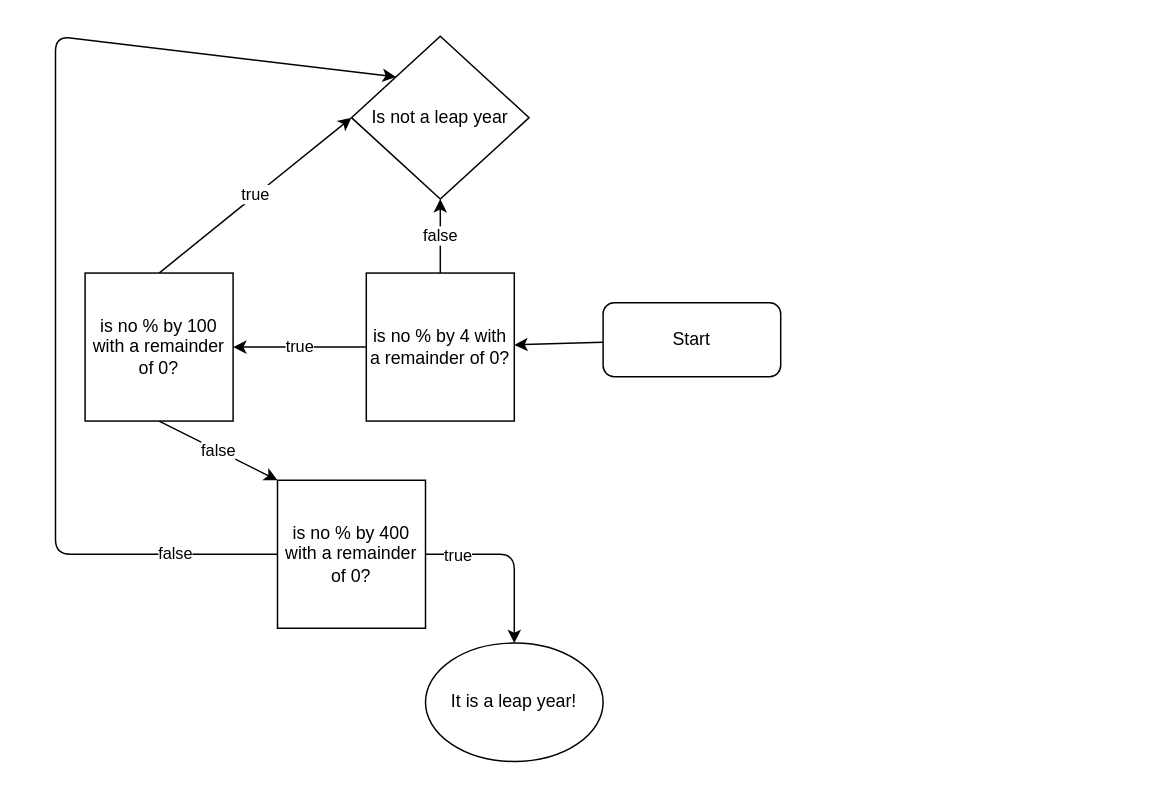
TechyTish/100daysofcode keeps this draw.io diagram as day3/ex5-leap_year_flowchart.drawio. Above is the earlier version. Source tidied: cells renumbered, new cells numbered last; positions are measured from the earlier drawing's top-left corner, leaving out a move shared by most shapes. Both pictures are drawn from the tidied source at 148%, with x=0, y=0 at pixel (55, 36).
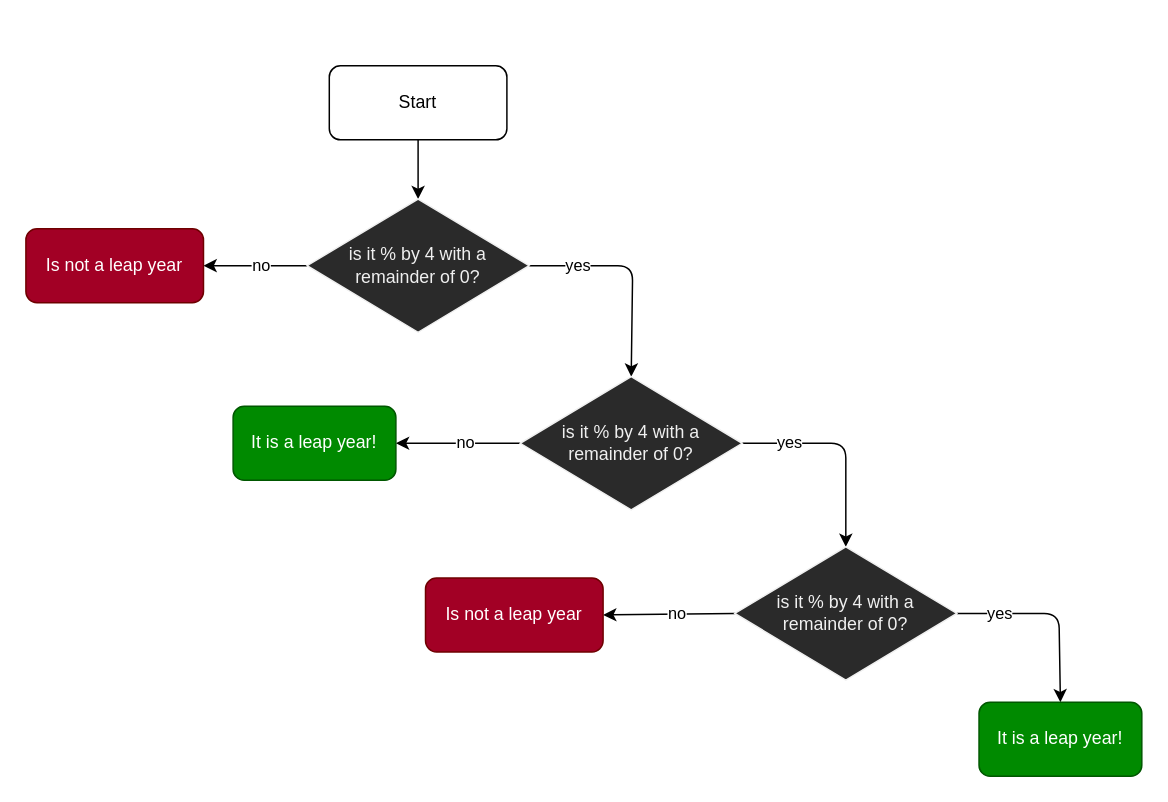
The same page after the edit.

Commit message:
update diagram so it looks readable

What changed in the source:
```diff
@@
-    <mxCell id="2" style="edgeStyle=none;html=1;" parent="1" edge="1" source="3" target="6">
+    <mxCell id="2" style="edgeStyle=none;html=1;entryX=0.5;entryY=0;entryDx=0;entryDy=0;" parent="1" edge="1" source="3" target="6">
       <mxGeometry relative="1" as="geometry" />
     </mxCell>
     <mxCell id="3" value="Start" style="rounded=1;whiteSpace=wrap;html=1;" parent="1" vertex="1">
-      <mxGeometry x="370" y="180" width="120" height="50" as="geometry" />
+      <mxGeometry x="185" y="20" width="120" height="50" as="geometry" />
     </mxCell>
-    <mxCell id="4" value="true" style="edgeStyle=none;html=1;exitX=0;exitY=0.5;exitDx=0;exitDy=0;" parent="1" edge="1" source="6" target="10">
-      <mxGeometry relative="1" as="geometry" />
+    <mxCell id="4" value="yes" style="edgeStyle=none;html=1;exitX=1;exitY=0.5;exitDx=0;exitDy=0;entryX=0.5;entryY=0;entryDx=0;entryDy=0;" parent="1" edge="1" source="6" target="18">
+      <mxGeometry x="-0.56" relative="1" as="geometry">
+        <Array as="points">
+          <mxPoint x="360" y="155" />
+          <mxPoint x="390" y="155" />
+        </Array>
+        <mxPoint x="1" as="offset" />
+      </mxGeometry>
     </mxCell>
-    <mxCell id="5" value="false" style="edgeStyle=none;html=1;exitX=0.5;exitY=0;exitDx=0;exitDy=0;entryX=0.5;entryY=1;entryDx=0;entryDy=0;" parent="1" edge="1" source="6" target="7">
-      <mxGeometry relative="1" as="geometry" />
+    <mxCell id="5" value="no" style="edgeStyle=none;html=1;exitX=0;exitY=0.5;exitDx=0;exitDy=0;entryX=1;entryY=0.5;entryDx=0;entryDy=0;" parent="1" edge="1" source="6" target="7">
+      <mxGeometry x="-0.14" relative="1" as="geometry">
+        <mxPoint x="-1" as="offset" />
+      </mxGeometry>
     </mxCell>
-    <mxCell id="6" value="is no % by 4 with a remainder of 0?" style="whiteSpace=wrap;html=1;" parent="1" vertex="1">
-      <mxGeometry x="210" y="160" width="100" height="100" as="geometry" />
+    <mxCell id="6" value="is it % by 4 with a remainder of 0?" style="rhombus;whiteSpace=wrap;html=1;fontFamily=Helvetica;fontSize=12;fontColor=rgb(240, 240, 240);align=center;strokeColor=rgb(240, 240, 240);fillColor=rgb(42, 42, 42);" parent="1" vertex="1">
+      <mxGeometry x="170" y="110" width="150" height="90" as="geometry" />
     </mxCell>
-    <mxCell id="7" value="Is not a leap year" style="rhombus;whiteSpace=wrap;html=1;" parent="1" vertex="1">
-      <mxGeometry x="200" width="120" height="110" as="geometry" />
+    <mxCell id="7" value="Is not a leap year" style="rounded=1;whiteSpace=wrap;html=1;fontFamily=Helvetica;fontSize=12;fontColor=#ffffff;align=center;strokeColor=#6F0000;fillColor=#a20025;" parent="1" vertex="1">
+      <mxGeometry x="-20" y="130" width="120" height="50" as="geometry" />
     </mxCell>
-    <mxCell id="8" value="false" style="edgeStyle=none;html=1;exitX=0.5;exitY=1;exitDx=0;exitDy=0;entryX=0;entryY=0;entryDx=0;entryDy=0;" parent="1" edge="1" source="10" target="14">
-      <mxGeometry relative="1" as="geometry" />
-    </mxCell>
-    <mxCell id="9" value="true" style="edgeStyle=none;html=1;exitX=0.5;exitY=0;exitDx=0;exitDy=0;entryX=0;entryY=0.5;entryDx=0;entryDy=0;" parent="1" edge="1" source="10" target="7">
-      <mxGeometry relative="1" as="geometry" />
-    </mxCell>
-    <mxCell id="10" value="is no % by 100 with a remainder of 0?" style="whiteSpace=wrap;html=1;" parent="1" vertex="1">
-      <mxGeometry x="20" y="160" width="100" height="100" as="geometry" />
-    </mxCell>
-    <mxCell id="11" style="edgeStyle=none;html=1;exitX=1;exitY=0.5;exitDx=0;exitDy=0;entryX=0.5;entryY=0;entryDx=0;entryDy=0;" parent="1" edge="1" source="14" target="15">
-      <mxGeometry relative="1" as="geometry">
-        <Array as="points">
-          <mxPoint x="310" y="350" />
-        </Array>
-      </mxGeometry>
-    </mxCell>
-    <mxCell id="12" value="true" style="edgeLabel;html=1;align=center;verticalAlign=middle;" parent="11" vertex="1">
-      <mxGeometry x="-0.17" y="-1" relative="1" as="geometry">
-        <mxPoint x="-29" y="-1" as="offset" />
-      </mxGeometry>
-    </mxCell>
-    <mxCell id="13" value="false" style="edgeStyle=none;html=1;exitX=0;exitY=0.5;exitDx=0;exitDy=0;entryX=0;entryY=0;entryDx=0;entryDy=0;" parent="1" edge="1" source="14" target="7">
-      <mxGeometry x="-0.81" relative="1" as="geometry">
-        <Array as="points">
-          <mxPoint y="350" />
-          <mxPoint />
-        </Array>
-        <mxPoint x="1" as="offset" />
-      </mxGeometry>
-    </mxCell>
-    <mxCell id="14" value="is no % by 400 with a remainder of 0?" style="whiteSpace=wrap;html=1;" parent="1" vertex="1">
-      <mxGeometry x="150" y="300" width="100" height="100" as="geometry" />
-    </mxCell>
-    <mxCell id="15" value="It is a leap year!" style="ellipse;whiteSpace=wrap;html=1;" parent="1" vertex="1">
-      <mxGeometry x="250" y="410" width="120" height="80" as="geometry" />
-    </mxCell>
+    <mxCell id="16" value="yes" style="edgeStyle=none;html=1;exitX=1;exitY=0.5;exitDx=0;exitDy=0;entryX=0.5;entryY=0;entryDx=0;entryDy=0;" parent="1" edge="1" source="18" target="22">
+      <mxGeometry x="-0.56" relative="1" as="geometry">
+        <Array as="points">
+          <mxPoint x="504" y="275" />
+          <mxPoint x="534" y="275" />
+        </Array>
+        <mxPoint x="1" as="offset" />
+      </mxGeometry>
+    </mxCell>
+    <mxCell id="17" value="no" style="edgeStyle=none;html=1;exitX=0;exitY=0.5;exitDx=0;exitDy=0;entryX=1;entryY=0.5;entryDx=0;entryDy=0;" parent="1" edge="1" source="18" target="19">
+      <mxGeometry x="-0.14" relative="1" as="geometry">
+        <mxPoint x="-1" as="offset" />
+      </mxGeometry>
+    </mxCell>
+    <mxCell id="18" value="is it % by 4 with a remainder of 0?" style="rhombus;whiteSpace=wrap;html=1;fontFamily=Helvetica;fontSize=12;fontColor=rgb(240, 240, 240);align=center;strokeColor=rgb(240, 240, 240);fillColor=rgb(42, 42, 42);" parent="1" vertex="1">
+      <mxGeometry x="314" y="230" width="150" height="90" as="geometry" />
+    </mxCell>
+    <mxCell id="19" value="It is a leap year!" style="rounded=1;whiteSpace=wrap;html=1;fontFamily=Helvetica;fontSize=12;fontColor=#ffffff;align=center;strokeColor=#005700;fillColor=#008a00;" parent="1" vertex="1">
+      <mxGeometry x="120" y="250" width="110" height="50" as="geometry" />
+    </mxCell>
+    <mxCell id="20" value="yes" style="edgeStyle=none;html=1;exitX=1;exitY=0.5;exitDx=0;exitDy=0;entryX=0.5;entryY=0;entryDx=0;entryDy=0;" parent="1" edge="1" source="22" target="23">
+      <mxGeometry x="-0.56" relative="1" as="geometry">
+        <Array as="points">
+          <mxPoint x="648" y="390" />
+          <mxPoint x="678" y="390" />
+        </Array>
+        <mxPoint x="1" as="offset" />
+      </mxGeometry>
+    </mxCell>
+    <mxCell id="21" value="no" style="edgeStyle=none;html=1;exitX=0;exitY=0.5;exitDx=0;exitDy=0;entryX=1;entryY=0.5;entryDx=0;entryDy=0;" parent="1" edge="1" source="22" target="24">
+      <mxGeometry x="-0.14" relative="1" as="geometry">
+        <mxPoint x="-1" as="offset" />
+      </mxGeometry>
+    </mxCell>
+    <mxCell id="22" value="is it % by 4 with a remainder of 0?" style="rhombus;whiteSpace=wrap;html=1;fontFamily=Helvetica;fontSize=12;fontColor=rgb(240, 240, 240);align=center;strokeColor=rgb(240, 240, 240);fillColor=rgb(42, 42, 42);" parent="1" vertex="1">
+      <mxGeometry x="459" y="345" width="150" height="90" as="geometry" />
+    </mxCell>
+    <mxCell id="23" value="It is a leap year!" style="rounded=1;whiteSpace=wrap;html=1;fontFamily=Helvetica;fontSize=12;fontColor=#ffffff;align=center;strokeColor=#005700;fillColor=#008a00;" parent="1" vertex="1">
+      <mxGeometry x="624" y="450" width="110" height="50" as="geometry" />
+    </mxCell>
+    <mxCell id="24" value="Is not a leap year" style="rounded=1;whiteSpace=wrap;html=1;fontFamily=Helvetica;fontSize=12;fontColor=#ffffff;align=center;strokeColor=#6F0000;fillColor=#a20025;" parent="1" vertex="1">
+      <mxGeometry x="250" y="366" width="120" height="50" as="geometry" />
+    </mxCell>
```
